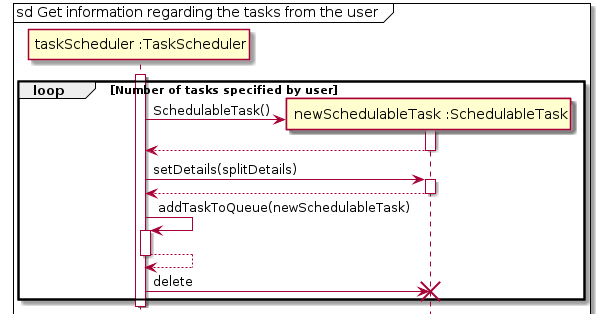
Before: docs/images/Schedule_Sub1.png, a diagram exported from PlantUML (terrytay/tp).
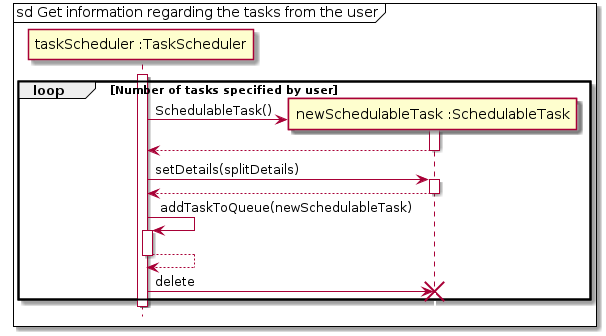
After the commit.

Change to the diagram source:
```diff
@@ -1,5 +1,5 @@
 @startuml
-mainframe sd Get information regarding the tasks from the user            aaaa..
+mainframe sd Get information regarding the tasks from the user
 
 participant "taskScheduler :TaskScheduler" as b
 
@@ -33,4 +33,6 @@
 end
 
 deactivate b
+
+hide footbox
 @enduml
```
